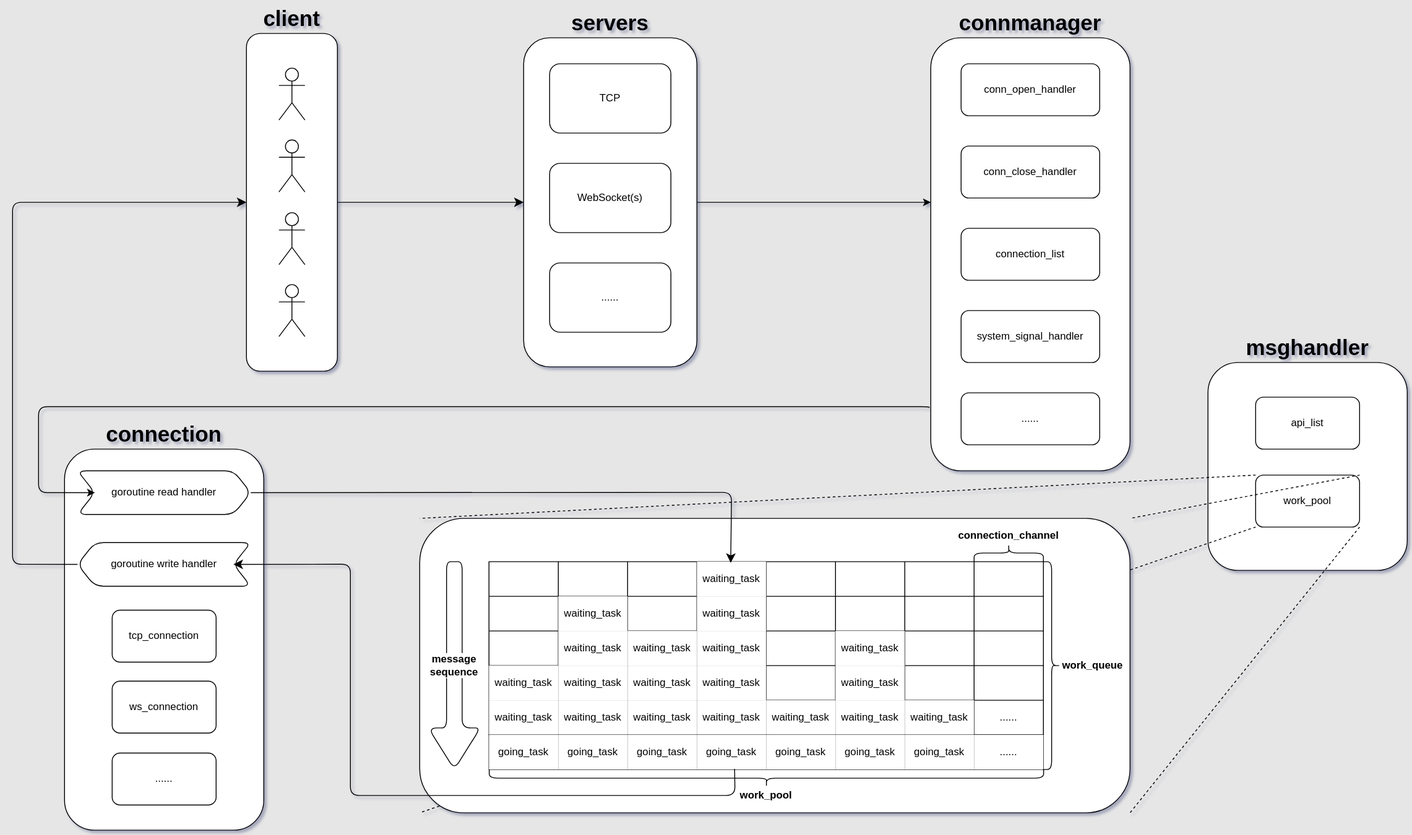
Above: assets/DesignDiagram.drawio.svg in 451008604/nets (draw.io), before the change. Source tidied: cells renumbered, new cells last; positions are measured from the earlier drawing's top-left corner, leaving out a move shared by most shapes.
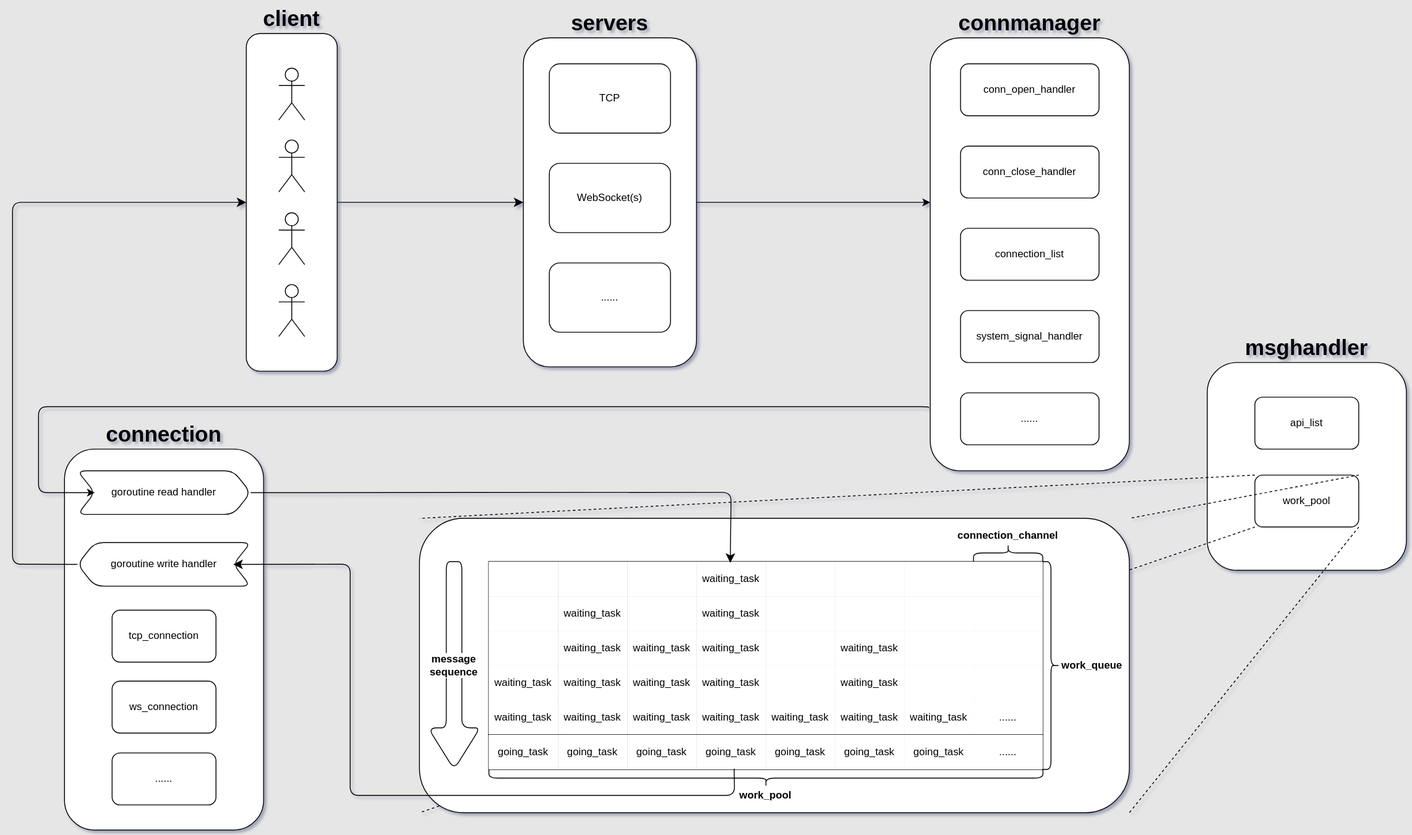
After the change.

The edit, as a diff of the source:
```diff
@@ -39,3 +39,3 @@
     </mxCell>
-    <mxCell id="13" style="shape=table;startSize=0;hachureGap=4;swimlaneLine=1;shadow=0;swimlaneFillColor=none;rounded=1;labelBackgroundColor=none;" parent="11" vertex="1">
+    <mxCell id="13" style="shape=table;startSize=0;hachureGap=4;swimlaneLine=1;shadow=0;swimlaneFillColor=none;rounded=0;labelBackgroundColor=none;fillColor=none;strokeColor=default;" parent="11" vertex="1">
       <mxGeometry x="80" y="50" width="640" height="200" as="geometry" />
@@ -45,9 +45,9 @@
     </mxCell>
-    <mxCell id="15" style="shape=partialRectangle;html=1;whiteSpace=wrap;overflow=hidden;fillColor=none;top=0;left=0;bottom=0;right=0;hachureGap=4;align=center;verticalAlign=middle;fontFamily=Helvetica;fontSize=12;shadow=0;swimlaneFillColor=none;swimlaneLine=1;rounded=1;labelBackgroundColor=none;" parent="14" vertex="1">
+    <mxCell id="15" style="shape=partialRectangle;html=1;whiteSpace=wrap;overflow=hidden;top=0;left=0;bottom=0;right=0;hachureGap=4;align=center;verticalAlign=middle;fontFamily=Helvetica;fontSize=12;shadow=0;swimlaneFillColor=none;swimlaneLine=1;rounded=1;labelBackgroundColor=none;" parent="14" vertex="1">
       <mxGeometry width="80" height="40" as="geometry" />
     </mxCell>
-    <mxCell id="16" style="shape=partialRectangle;html=1;whiteSpace=wrap;overflow=hidden;fillColor=none;top=0;left=0;bottom=0;right=0;hachureGap=4;align=center;verticalAlign=middle;fontFamily=Helvetica;fontSize=12;shadow=0;swimlaneFillColor=none;swimlaneLine=1;rounded=1;labelBackgroundColor=none;" parent="14" vertex="1">
+    <mxCell id="16" style="shape=partialRectangle;html=1;whiteSpace=wrap;overflow=hidden;top=0;left=0;bottom=0;right=0;hachureGap=4;align=center;verticalAlign=middle;fontFamily=Helvetica;fontSize=12;shadow=0;swimlaneFillColor=none;swimlaneLine=1;rounded=1;labelBackgroundColor=none;" parent="14" vertex="1">
       <mxGeometry x="80" width="80" height="40" as="geometry" />
     </mxCell>
-    <mxCell id="17" style="shape=partialRectangle;html=1;whiteSpace=wrap;overflow=hidden;fillColor=none;top=0;left=0;bottom=0;right=0;hachureGap=4;align=center;verticalAlign=middle;fontFamily=Helvetica;fontSize=12;shadow=0;swimlaneFillColor=none;swimlaneLine=1;rounded=1;labelBackgroundColor=none;" parent="14" vertex="1">
+    <mxCell id="17" style="shape=partialRectangle;html=1;whiteSpace=wrap;overflow=hidden;top=0;left=0;bottom=0;right=0;hachureGap=4;align=center;verticalAlign=middle;fontFamily=Helvetica;fontSize=12;shadow=0;swimlaneFillColor=none;swimlaneLine=1;rounded=1;labelBackgroundColor=none;" parent="14" vertex="1">
       <mxGeometry x="160" width="80" height="40" as="geometry" />
@@ -57,12 +57,12 @@
     </mxCell>
-    <mxCell id="19" style="shape=partialRectangle;html=1;whiteSpace=wrap;overflow=hidden;fillColor=none;top=0;left=0;bottom=0;right=0;hachureGap=4;align=center;verticalAlign=middle;fontFamily=Helvetica;fontSize=12;shadow=0;swimlaneFillColor=none;swimlaneLine=1;rounded=1;labelBackgroundColor=none;" parent="14" vertex="1">
+    <mxCell id="19" style="shape=partialRectangle;html=1;whiteSpace=wrap;overflow=hidden;top=0;left=0;bottom=0;right=0;hachureGap=4;align=center;verticalAlign=middle;fontFamily=Helvetica;fontSize=12;shadow=0;swimlaneFillColor=none;swimlaneLine=1;rounded=1;labelBackgroundColor=none;" parent="14" vertex="1">
       <mxGeometry x="320" width="80" height="40" as="geometry" />
     </mxCell>
-    <mxCell id="20" style="shape=partialRectangle;html=1;whiteSpace=wrap;overflow=hidden;fillColor=none;top=0;left=0;bottom=0;right=0;hachureGap=4;align=center;verticalAlign=middle;fontFamily=Helvetica;fontSize=12;shadow=0;swimlaneFillColor=none;swimlaneLine=1;rounded=1;labelBackgroundColor=none;" parent="14" vertex="1">
+    <mxCell id="20" style="shape=partialRectangle;html=1;whiteSpace=wrap;overflow=hidden;top=0;left=0;bottom=0;right=0;hachureGap=4;align=center;verticalAlign=middle;fontFamily=Helvetica;fontSize=12;shadow=0;swimlaneFillColor=none;swimlaneLine=1;rounded=1;labelBackgroundColor=none;" parent="14" vertex="1">
       <mxGeometry x="400" width="80" height="40" as="geometry" />
     </mxCell>
-    <mxCell id="21" style="shape=partialRectangle;html=1;whiteSpace=wrap;overflow=hidden;fillColor=none;top=0;left=0;bottom=0;right=0;hachureGap=4;align=center;verticalAlign=middle;fontFamily=Helvetica;fontSize=12;shadow=0;swimlaneFillColor=none;swimlaneLine=1;rounded=1;labelBackgroundColor=none;" parent="14" vertex="1">
+    <mxCell id="21" style="shape=partialRectangle;html=1;whiteSpace=wrap;overflow=hidden;top=0;left=0;bottom=0;right=0;hachureGap=4;align=center;verticalAlign=middle;fontFamily=Helvetica;fontSize=12;shadow=0;swimlaneFillColor=none;swimlaneLine=1;rounded=1;labelBackgroundColor=none;" parent="14" vertex="1">
       <mxGeometry x="480" width="80" height="40" as="geometry" />
     </mxCell>
-    <mxCell id="22" style="shape=partialRectangle;html=1;whiteSpace=wrap;overflow=hidden;fillColor=none;top=0;left=0;bottom=0;right=0;hachureGap=4;align=center;verticalAlign=middle;fontFamily=Helvetica;fontSize=25;fontStyle=1;shadow=0;swimlaneFillColor=none;swimlaneLine=1;rounded=1;labelBackgroundColor=none;" parent="14" vertex="1">
+    <mxCell id="22" style="shape=partialRectangle;html=1;whiteSpace=wrap;overflow=hidden;top=0;left=0;bottom=0;right=0;hachureGap=4;align=center;verticalAlign=middle;fontFamily=Helvetica;fontSize=25;fontStyle=1;shadow=0;swimlaneFillColor=none;swimlaneLine=1;rounded=1;labelBackgroundColor=none;" parent="14" vertex="1">
       <mxGeometry x="560" width="80" height="40" as="geometry" />
@@ -72,3 +72,3 @@
     </mxCell>
-    <mxCell id="24" style="shape=partialRectangle;html=1;whiteSpace=wrap;overflow=hidden;fillColor=none;top=0;left=0;bottom=0;right=0;hachureGap=4;align=center;verticalAlign=middle;fontFamily=Helvetica;fontSize=12;shadow=0;swimlaneFillColor=none;swimlaneLine=1;rounded=1;labelBackgroundColor=none;" parent="23" vertex="1">
+    <mxCell id="24" style="shape=partialRectangle;html=1;whiteSpace=wrap;overflow=hidden;top=0;left=0;bottom=0;right=0;hachureGap=4;align=center;verticalAlign=middle;fontFamily=Helvetica;fontSize=12;shadow=0;swimlaneFillColor=none;swimlaneLine=1;rounded=1;labelBackgroundColor=none;" parent="23" vertex="1">
       <mxGeometry width="80" height="40" as="geometry" />
@@ -78,3 +78,3 @@
     </mxCell>
-    <mxCell id="26" style="shape=partialRectangle;html=1;whiteSpace=wrap;overflow=hidden;fillColor=none;top=0;left=0;bottom=0;right=0;hachureGap=4;align=center;verticalAlign=middle;fontFamily=Helvetica;fontSize=12;shadow=0;swimlaneFillColor=none;swimlaneLine=1;rounded=1;labelBackgroundColor=none;" parent="23" vertex="1">
+    <mxCell id="26" style="shape=partialRectangle;html=1;whiteSpace=wrap;overflow=hidden;top=0;left=0;bottom=0;right=0;hachureGap=4;align=center;verticalAlign=middle;fontFamily=Helvetica;fontSize=12;shadow=0;swimlaneFillColor=none;swimlaneLine=1;rounded=1;labelBackgroundColor=none;" parent="23" vertex="1">
       <mxGeometry x="160" width="80" height="40" as="geometry" />
@@ -84,12 +84,12 @@
     </mxCell>
-    <mxCell id="28" style="shape=partialRectangle;html=1;whiteSpace=wrap;overflow=hidden;fillColor=none;top=0;left=0;bottom=0;right=0;hachureGap=4;align=center;verticalAlign=middle;fontFamily=Helvetica;fontSize=12;shadow=0;swimlaneFillColor=none;swimlaneLine=1;rounded=1;labelBackgroundColor=none;" parent="23" vertex="1">
+    <mxCell id="28" style="shape=partialRectangle;html=1;whiteSpace=wrap;overflow=hidden;top=0;left=0;bottom=0;right=0;hachureGap=4;align=center;verticalAlign=middle;fontFamily=Helvetica;fontSize=12;shadow=0;swimlaneFillColor=none;swimlaneLine=1;rounded=1;labelBackgroundColor=none;" parent="23" vertex="1">
       <mxGeometry x="320" width="80" height="40" as="geometry" />
     </mxCell>
-    <mxCell id="29" style="shape=partialRectangle;html=1;whiteSpace=wrap;overflow=hidden;fillColor=none;top=0;left=0;bottom=0;right=0;hachureGap=4;align=center;verticalAlign=middle;fontFamily=Helvetica;fontSize=12;shadow=0;swimlaneFillColor=none;swimlaneLine=1;rounded=1;labelBackgroundColor=none;" parent="23" vertex="1">
+    <mxCell id="29" style="shape=partialRectangle;html=1;whiteSpace=wrap;overflow=hidden;top=0;left=0;bottom=0;right=0;hachureGap=4;align=center;verticalAlign=middle;fontFamily=Helvetica;fontSize=12;shadow=0;swimlaneFillColor=none;swimlaneLine=1;rounded=1;labelBackgroundColor=none;" parent="23" vertex="1">
       <mxGeometry x="400" width="80" height="40" as="geometry" />
     </mxCell>
-    <mxCell id="30" style="shape=partialRectangle;html=1;whiteSpace=wrap;overflow=hidden;fillColor=none;top=0;left=0;bottom=0;right=0;hachureGap=4;align=center;verticalAlign=middle;fontFamily=Helvetica;fontSize=12;shadow=0;swimlaneFillColor=none;swimlaneLine=1;rounded=1;labelBackgroundColor=none;" parent="23" vertex="1">
+    <mxCell id="30" style="shape=partialRectangle;html=1;whiteSpace=wrap;overflow=hidden;top=0;left=0;bottom=0;right=0;hachureGap=4;align=center;verticalAlign=middle;fontFamily=Helvetica;fontSize=12;shadow=0;swimlaneFillColor=none;swimlaneLine=1;rounded=1;labelBackgroundColor=none;" parent="23" vertex="1">
       <mxGeometry x="480" width="80" height="40" as="geometry" />
     </mxCell>
-    <mxCell id="31" style="shape=partialRectangle;html=1;whiteSpace=wrap;overflow=hidden;fillColor=none;top=0;left=0;bottom=0;right=0;hachureGap=4;align=center;verticalAlign=middle;fontFamily=Helvetica;fontSize=12;shadow=0;swimlaneFillColor=none;swimlaneLine=1;rounded=1;labelBackgroundColor=none;" parent="23" vertex="1">
+    <mxCell id="31" style="shape=partialRectangle;html=1;whiteSpace=wrap;overflow=hidden;top=0;left=0;bottom=0;right=0;hachureGap=4;align=center;verticalAlign=middle;fontFamily=Helvetica;fontSize=12;shadow=0;swimlaneFillColor=none;swimlaneLine=1;rounded=1;labelBackgroundColor=none;" parent="23" vertex="1">
       <mxGeometry x="560" width="80" height="40" as="geometry" />
@@ -99,3 +99,3 @@
     </mxCell>
-    <mxCell id="33" style="shape=partialRectangle;html=1;whiteSpace=wrap;overflow=hidden;fillColor=none;top=0;left=0;bottom=0;right=0;hachureGap=4;align=center;verticalAlign=middle;fontFamily=Helvetica;fontSize=12;shadow=0;swimlaneFillColor=none;swimlaneLine=1;rounded=1;labelBackgroundColor=none;" parent="32" vertex="1">
+    <mxCell id="33" style="shape=partialRectangle;html=1;whiteSpace=wrap;overflow=hidden;top=0;left=0;bottom=0;right=0;hachureGap=4;align=center;verticalAlign=middle;fontFamily=Helvetica;fontSize=12;shadow=0;swimlaneFillColor=none;swimlaneLine=1;rounded=1;labelBackgroundColor=none;" parent="32" vertex="1">
       <mxGeometry width="80" height="40" as="geometry" />
@@ -111,3 +111,3 @@
     </mxCell>
-    <mxCell id="37" style="shape=partialRectangle;html=1;whiteSpace=wrap;overflow=hidden;fillColor=none;top=0;left=0;bottom=0;right=0;hachureGap=4;align=center;verticalAlign=middle;fontFamily=Helvetica;fontSize=12;shadow=0;swimlaneFillColor=none;swimlaneLine=1;rounded=1;labelBackgroundColor=none;" parent="32" vertex="1">
+    <mxCell id="37" style="shape=partialRectangle;html=1;whiteSpace=wrap;overflow=hidden;top=0;left=0;bottom=0;right=0;hachureGap=4;align=center;verticalAlign=middle;fontFamily=Helvetica;fontSize=12;shadow=0;swimlaneFillColor=none;swimlaneLine=1;rounded=1;labelBackgroundColor=none;" parent="32" vertex="1">
       <mxGeometry x="320" width="80" height="40" as="geometry" />
@@ -117,6 +117,6 @@
     </mxCell>
-    <mxCell id="39" style="shape=partialRectangle;html=1;whiteSpace=wrap;overflow=hidden;fillColor=none;top=0;left=0;bottom=0;right=0;hachureGap=4;align=center;verticalAlign=middle;fontFamily=Helvetica;fontSize=12;shadow=0;swimlaneFillColor=none;swimlaneLine=1;rounded=1;labelBackgroundColor=none;" parent="32" vertex="1">
+    <mxCell id="39" style="shape=partialRectangle;html=1;whiteSpace=wrap;overflow=hidden;top=0;left=0;bottom=0;right=0;hachureGap=4;align=center;verticalAlign=middle;fontFamily=Helvetica;fontSize=12;shadow=0;swimlaneFillColor=none;swimlaneLine=1;rounded=1;labelBackgroundColor=none;" parent="32" vertex="1">
       <mxGeometry x="480" width="80" height="40" as="geometry" />
     </mxCell>
-    <mxCell id="40" style="shape=partialRectangle;html=1;whiteSpace=wrap;overflow=hidden;fillColor=none;top=0;left=0;bottom=0;right=0;hachureGap=4;align=center;verticalAlign=middle;fontFamily=Helvetica;fontSize=12;shadow=0;swimlaneFillColor=none;swimlaneLine=1;rounded=1;labelBackgroundColor=none;" parent="32" vertex="1">
+    <mxCell id="40" style="shape=partialRectangle;html=1;whiteSpace=wrap;overflow=hidden;top=0;left=0;bottom=0;right=0;hachureGap=4;align=center;verticalAlign=middle;fontFamily=Helvetica;fontSize=12;shadow=0;swimlaneFillColor=none;swimlaneLine=1;rounded=1;labelBackgroundColor=none;" parent="32" vertex="1">
       <mxGeometry x="560" width="80" height="40" as="geometry" />
@@ -138,3 +138,3 @@
     </mxCell>
-    <mxCell id="46" style="shape=partialRectangle;html=1;whiteSpace=wrap;overflow=hidden;fillColor=none;top=0;left=0;bottom=0;right=0;hachureGap=4;align=center;verticalAlign=middle;fontFamily=Helvetica;fontSize=12;shadow=0;swimlaneFillColor=none;swimlaneLine=1;rounded=1;labelBackgroundColor=none;" parent="41" vertex="1">
+    <mxCell id="46" style="shape=partialRectangle;html=1;whiteSpace=wrap;overflow=hidden;top=0;left=0;bottom=0;right=0;hachureGap=4;align=center;verticalAlign=middle;fontFamily=Helvetica;fontSize=12;shadow=0;swimlaneFillColor=none;swimlaneLine=1;rounded=1;labelBackgroundColor=none;" parent="41" vertex="1">
       <mxGeometry x="320" width="80" height="40" as="geometry" />
@@ -144,6 +144,6 @@
     </mxCell>
-    <mxCell id="48" style="shape=partialRectangle;html=1;whiteSpace=wrap;overflow=hidden;fillColor=none;top=0;left=0;bottom=0;right=0;hachureGap=4;align=center;verticalAlign=middle;fontFamily=Helvetica;fontSize=12;shadow=0;swimlaneFillColor=none;swimlaneLine=1;rounded=1;labelBackgroundColor=none;" parent="41" vertex="1">
+    <mxCell id="48" style="shape=partialRectangle;html=1;whiteSpace=wrap;overflow=hidden;top=0;left=0;bottom=0;right=0;hachureGap=4;align=center;verticalAlign=middle;fontFamily=Helvetica;fontSize=12;shadow=0;swimlaneFillColor=none;swimlaneLine=1;rounded=1;labelBackgroundColor=none;" parent="41" vertex="1">
       <mxGeometry x="480" width="80" height="40" as="geometry" />
     </mxCell>
-    <mxCell id="49" style="shape=partialRectangle;html=1;whiteSpace=wrap;overflow=hidden;fillColor=none;top=0;left=0;bottom=0;right=0;hachureGap=4;align=center;verticalAlign=middle;fontFamily=Helvetica;fontSize=12;shadow=0;swimlaneFillColor=none;swimlaneLine=1;rounded=1;labelBackgroundColor=none;" parent="41" vertex="1">
+    <mxCell id="49" style="shape=partialRectangle;html=1;whiteSpace=wrap;overflow=hidden;top=0;left=0;bottom=0;right=0;hachureGap=4;align=center;verticalAlign=middle;fontFamily=Helvetica;fontSize=12;shadow=0;swimlaneFillColor=none;swimlaneLine=1;rounded=1;labelBackgroundColor=none;" parent="41" vertex="1">
       <mxGeometry x="560" width="80" height="40" as="geometry" />
@@ -174,3 +174,3 @@
     </mxCell>
-    <mxCell id="58" value="......" style="shape=partialRectangle;html=1;whiteSpace=wrap;overflow=hidden;fillColor=none;top=0;left=0;bottom=0;right=0;hachureGap=4;align=center;verticalAlign=middle;shadow=0;swimlaneFillColor=none;swimlaneLine=1;rounded=1;labelBackgroundColor=none;" parent="50" vertex="1">
+    <mxCell id="58" value="......" style="shape=partialRectangle;html=1;whiteSpace=wrap;overflow=hidden;top=0;left=0;bottom=0;right=0;hachureGap=4;align=center;verticalAlign=middle;shadow=0;swimlaneFillColor=none;swimlaneLine=1;rounded=1;labelBackgroundColor=none;" parent="50" vertex="1">
       <mxGeometry x="560" width="80" height="40" as="geometry" />
```
